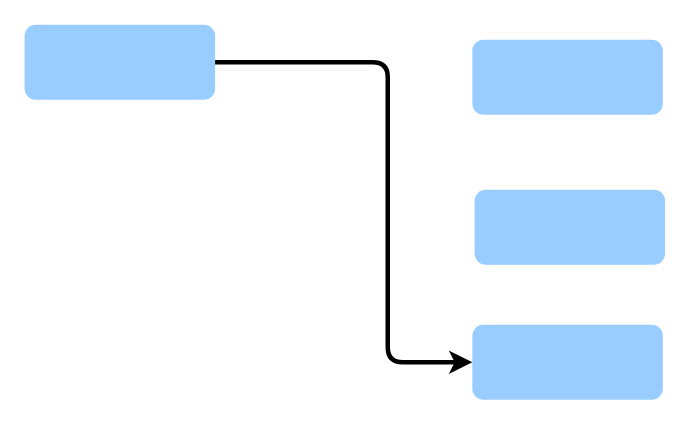
s26849/test keeps this draw.io diagram as 4Arm判斷機制.drawio. Above is the earlier version. Source tidied: cells renumbered, new cells numbered last; positions are measured from the earlier drawing's top-left corner, leaving out a move shared by most shapes. Both pictures are drawn from the tidied source at 150%, with x=0, y=0 at pixel (24, 24).
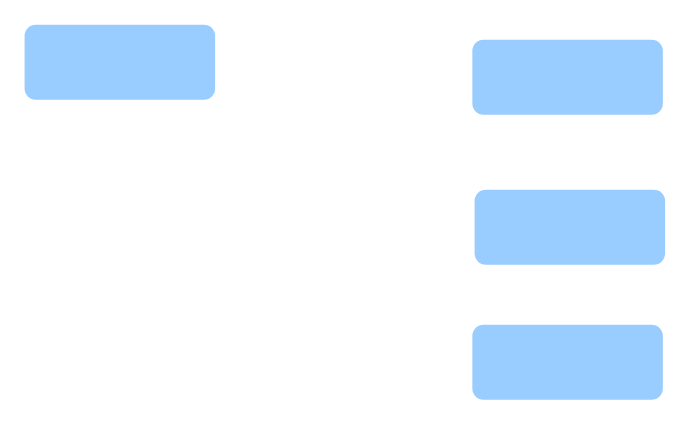
Above is the later version.

Commit message (it also covers changes not shown here):
更新4Arm判斷機制.drawio

Change to the diagram source:
```diff
@@
 <mxGraphModel background="#ffffff">
   <root>
     <mxCell id="0" />
     <mxCell id="1" parent="0" />
     <mxCell id="2" style="rounded=1;fillColor=#99CCFF;strokeColor=none;strokeWidth=2;fontFamily=Helvetica;html=1;gradientColor=none;" parent="1" vertex="1">
       <mxGeometry x="-0.1" width="127" height="50" as="geometry" />
     </mxCell>
     <mxCell id="3" style="rounded=1;fillColor=#99CCFF;strokeColor=none;strokeWidth=2;fontFamily=Helvetica;html=1;gradientColor=none;" parent="1" vertex="1">
       <mxGeometry x="298.4" y="10" width="127" height="50" as="geometry" />
     </mxCell>
     <mxCell id="4" style="rounded=1;fillColor=#99CCFF;strokeColor=none;strokeWidth=2;fontFamily=Helvetica;html=1;gradientColor=none;" parent="1" vertex="1">
       <mxGeometry x="298.4" y="200" width="127" height="50" as="geometry" />
     </mxCell>
     <mxCell id="5" style="rounded=1;fillColor=#99CCFF;strokeColor=none;strokeWidth=2;fontFamily=Helvetica;html=1;gradientColor=none;" parent="1" vertex="1">
       <mxGeometry x="299.9" y="110" width="127" height="50" as="geometry" />
     </mxCell>
-    <mxCell id="6" style="edgeStyle=elbowEdgeStyle;elbow=horizontal;strokeWidth=3;strokeColor=#000000;fontFamily=Helvetica;html=1;entryX=0;entryY=0.5;entryDx=0;entryDy=0;" parent="1" edge="1" source="2" target="4">
-      <mxGeometry x="6.4" y="830.5" as="geometry">
-        <Array as="points">
-          <mxPoint x="242" y="242.5" />
-        </Array>
-      </mxGeometry>
-    </mxCell>
   </root>
 </mxGraphModel>
```
